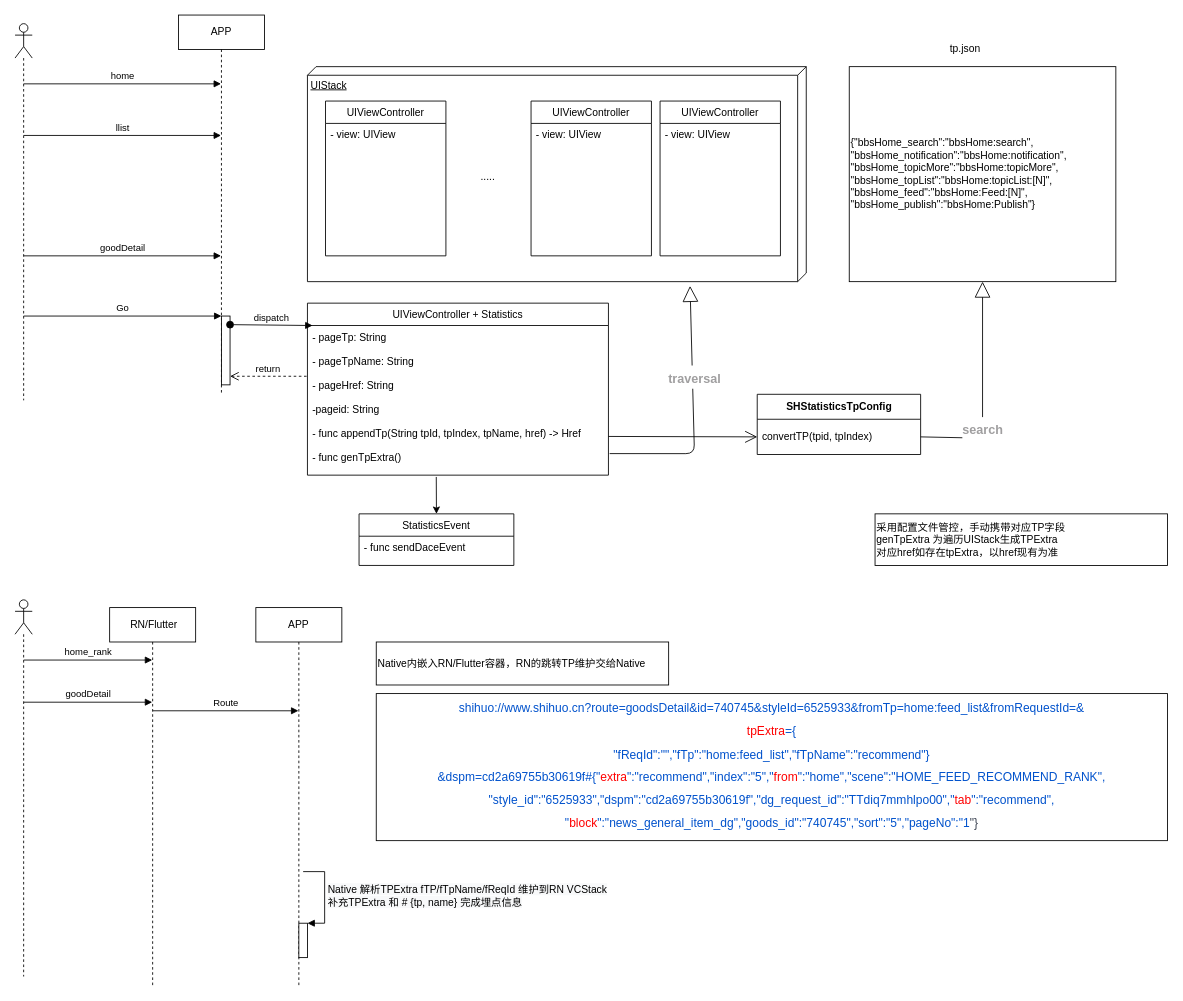
This is iOS埋点设计.drawio from aiquantong/Hero, a draw.io file, before an edit. Source tidied: cells renumbered, new cells numbered last; positions are measured from the earlier drawing's top-left corner, leaving out a move shared by most shapes. Both pictures are drawn from the tidied source at 86%, with x=0, y=0 at pixel (15, 15).
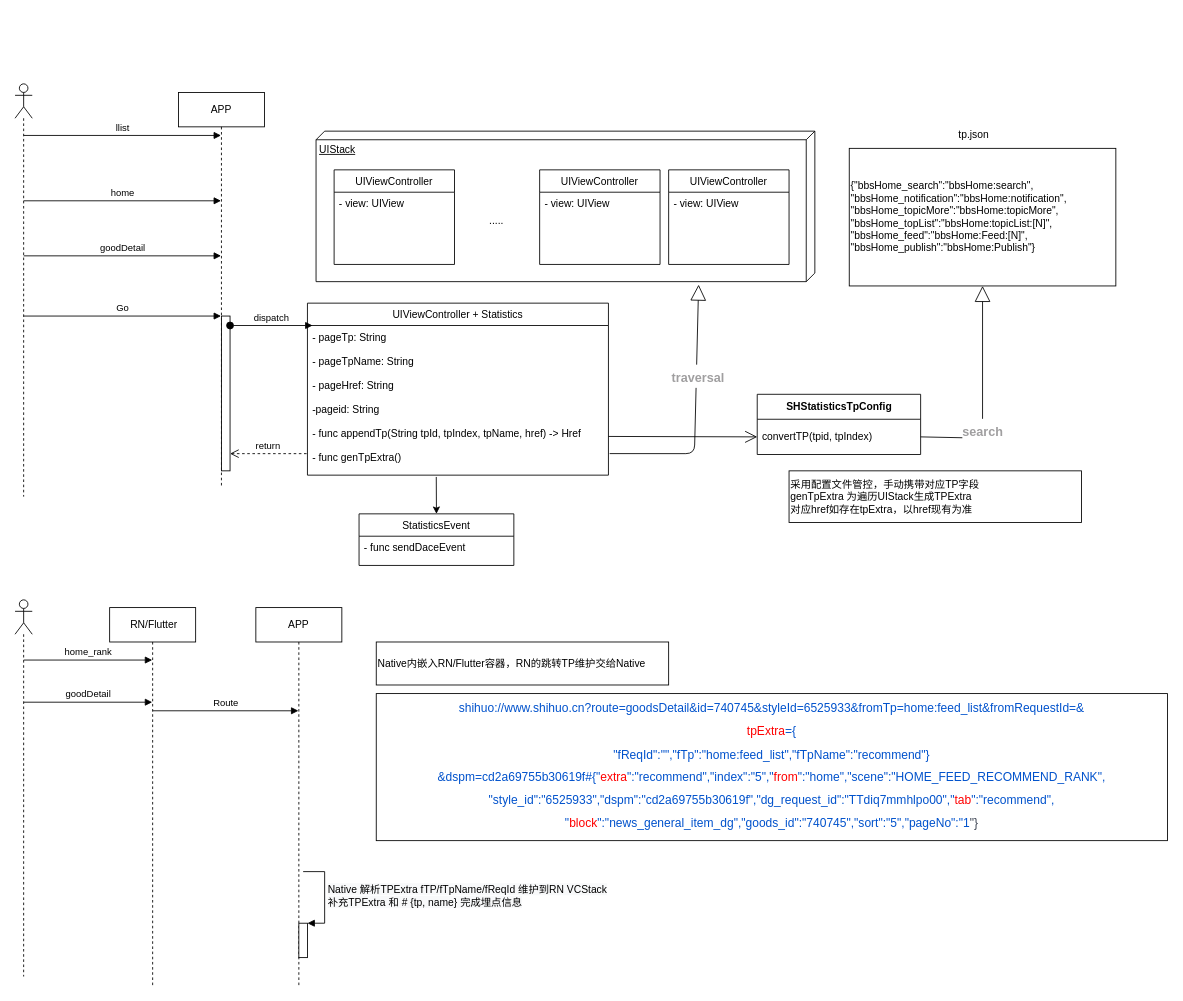
Above is the later version.

The change refers to these unchanged cells:
```xml
<mxCell id="6" value="- pageTp: String&#10;&#10;- pageTpName: String&#10;&#10;- pageHref: String&#10;&#10;-pageid: String&#10;&#10;- func appendTp(String tpId, tpIndex, tpName, href) -&gt; Href&#10;&#10;- func genTpExtra()&#10;" style="text;strokeColor=none;fillColor=none;align=left;verticalAlign=top;spacingLeft=4;spacingRight=4;overflow=hidden;points=[[0,0.5],[1,0.5]];portConstraint=eastwest;" parent="5" vertex="1">
  <mxGeometry y="26" width="350" height="174" as="geometry" />
</mxCell>
```

The edit, as a diff of the source:
```diff
@@
     <mxCell id="2" value="UIStack" style="verticalAlign=top;align=left;spacingTop=8;spacingLeft=2;spacingRight=12;shape=cube;size=10;direction=south;fontStyle=4;html=1;" parent="1" vertex="1">
-      <mxGeometry x="340" y="60" width="580" height="250" as="geometry" />
+      <mxGeometry x="350" y="135" width="580" height="175" as="geometry" />
     </mxCell>
     <mxCell id="3" value="UIViewController" style="swimlane;fontStyle=0;horizontal=1;startSize=26;fillColor=none;" parent="1" vertex="1">
-      <mxGeometry x="361" y="100" width="140" height="180" as="geometry" />
+      <mxGeometry x="371" y="180" width="140" height="110" as="geometry" />
     </mxCell>
     <mxCell id="4" value="- view: UIView&#10;&#10;" style="text;strokeColor=none;fillColor=none;align=left;verticalAlign=top;spacingLeft=4;spacingRight=4;overflow=hidden;" parent="3" vertex="1">
-      <mxGeometry y="26" width="140" height="154" as="geometry" />
+      <mxGeometry y="26" width="140" height="84" as="geometry" />
     </mxCell>
@@
     <mxCell id="7" value="UIViewController" style="swimlane;fontStyle=0;horizontal=1;startSize=26;fillColor=none;" parent="1" vertex="1">
-      <mxGeometry x="600" y="100" width="140" height="180" as="geometry" />
+      <mxGeometry x="610" y="180" width="140" height="110" as="geometry" />
     </mxCell>
     <mxCell id="8" value="- view: UIView&#10;&#10;" style="text;strokeColor=none;fillColor=none;align=left;verticalAlign=top;spacingLeft=4;spacingRight=4;overflow=hidden;" parent="7" vertex="1">
-      <mxGeometry y="26" width="140" height="154" as="geometry" />
+      <mxGeometry y="26" width="140" height="84" as="geometry" />
     </mxCell>
     <mxCell id="9" value="UIViewController" style="swimlane;fontStyle=0;horizontal=1;startSize=26;fillColor=none;" parent="1" vertex="1">
-      <mxGeometry x="750" y="100" width="140" height="180" as="geometry" />
+      <mxGeometry x="760" y="180" width="140" height="110" as="geometry" />
     </mxCell>
     <mxCell id="10" value="- view: UIView&#10;&#10;" style="text;strokeColor=none;fillColor=none;align=left;verticalAlign=top;spacingLeft=4;spacingRight=4;overflow=hidden;" parent="9" vertex="1">
-      <mxGeometry y="26" width="140" height="154" as="geometry" />
+      <mxGeometry y="26" width="140" height="84" as="geometry" />
     </mxCell>
     <mxCell id="11" value="....." style="text;html=1;strokeColor=none;fillColor=none;align=center;verticalAlign=middle;whiteSpace=wrap;rounded=0;" parent="1" vertex="1">
-      <mxGeometry x="520" y="178" width="60" height="20" as="geometry" />
+      <mxGeometry x="530" y="230" width="60" height="20" as="geometry" />
     </mxCell>
     <mxCell id="12" style="shape=umlLifeline;participant=umlActor;perimeter=lifelinePerimeter;whiteSpace=wrap;html=1;verticalAlign=top;spacingTop=36;" parent="1" vertex="1">
-      <mxGeometry y="10" width="20" height="438" as="geometry" />
+      <mxGeometry y="80" width="20" height="480" as="geometry" />
     </mxCell>
-    <mxCell id="13" value="home" style="html=1;verticalAlign=bottom;endArrow=block;" parent="12" edge="1" target="14">
+    <mxCell id="13" value="home" style="html=1;verticalAlign=bottom;endArrow=block;" parent="12" edge="1">
       <mxGeometry relative="1" as="geometry">
-        <mxPoint x="10" y="70" as="sourcePoint" />
+        <mxPoint x="10" y="136" as="sourcePoint" />
+        <mxPoint x="239.5" y="136" as="targetPoint" />
       </mxGeometry>
     </mxCell>
     <mxCell id="14" value="APP" style="shape=umlLifeline;perimeter=lifelinePerimeter;whiteSpace=wrap;html=1;outlineConnect=0;" parent="1" vertex="1">
-      <mxGeometry x="190" width="100" height="440" as="geometry" />
+      <mxGeometry x="190" y="90" width="100" height="460" as="geometry" />
     </mxCell>
     <mxCell id="15" style="html=1;points=[];perimeter=orthogonalPerimeter;" parent="14" vertex="1">
-      <mxGeometry x="50" y="350" width="10" height="80" as="geometry" />
+      <mxGeometry x="50" y="260" width="10" height="180" as="geometry" />
     </mxCell>
-    <mxCell id="16" value="dispatch" style="html=1;verticalAlign=bottom;startArrow=oval;startFill=1;endArrow=block;startSize=8;entryX=0.017;entryY=0;entryDx=0;entryDy=0;entryPerimeter=0;" parent="14" edge="1" target="6">
-      <mxGeometry relative="1" as="geometry">
-        <mxPoint x="60" y="360" as="sourcePoint" />
-      </mxGeometry>
-    </mxCell>
@@
-    <mxCell id="20" value="Go" style="html=1;verticalAlign=bottom;endArrow=block;" parent="1" edge="1" target="15">
+    <mxCell id="20" value="Go" style="html=1;verticalAlign=bottom;endArrow=block;" parent="1" edge="1" target="14">
       <mxGeometry relative="1" as="geometry">
         <mxPoint x="10" y="350" as="sourcePoint" />
       </mxGeometry>
     </mxCell>
@@
     <mxCell id="25" value="&lt;span&gt;采用配置文件管控，手动携带对应TP字段&lt;br&gt;&lt;/span&gt;&lt;span&gt;genTpExtra 为遍历UIStack生成TPExtra&lt;br&gt;&lt;/span&gt;&lt;span&gt;对应href如存在tpExtra，以href现有为准&lt;br&gt;&lt;/span&gt;" style="rounded=0;whiteSpace=wrap;html=1;align=left;" parent="1" vertex="1">
-      <mxGeometry x="1000" y="580" width="340" height="60" as="geometry" />
+      <mxGeometry x="900" y="530" width="340" height="60" as="geometry" />
     </mxCell>
@@
     <mxCell id="27" value="{&quot;bbsHome_search&quot;:&quot;bbsHome:search&quot;,&lt;br&gt;&quot;bbsHome_notification&quot;:&quot;bbsHome:notification&quot;,&lt;br&gt;&quot;bbsHome_topicMore&quot;:&quot;bbsHome:topicMore&quot;,&lt;br&gt;&quot;bbsHome_topList&quot;:&quot;bbsHome:topicList:[N]&quot;,&lt;br&gt;&quot;bbsHome_feed&quot;:&quot;bbsHome:Feed:[N]&quot;,&lt;br&gt;&quot;bbsHome_publish&quot;:&quot;bbsHome:Publish&quot;}" style="rounded=0;whiteSpace=wrap;html=1;align=left;" parent="1" vertex="1">
-      <mxGeometry x="970" y="60" width="310" height="250" as="geometry" />
+      <mxGeometry x="970" y="155" width="310" height="160" as="geometry" />
     </mxCell>
@@
     <mxCell id="29" value="tp.json" style="text;html=1;strokeColor=none;fillColor=none;align=center;verticalAlign=middle;whiteSpace=wrap;rounded=0;" parent="1" vertex="1">
-      <mxGeometry x="1080" y="30" width="50" height="20" as="geometry" />
+      <mxGeometry x="1090" y="130" width="50" height="20" as="geometry" />
     </mxCell>
@@
+    <mxCell id="16" value="dispatch" style="html=1;verticalAlign=bottom;startArrow=oval;startFill=1;endArrow=block;startSize=8;entryX=0.017;entryY=0;entryDx=0;entryDy=0;entryPerimeter=0;" parent="1" edge="1" target="6">
+      <mxGeometry relative="1" as="geometry">
+        <mxPoint x="250" y="361" as="sourcePoint" />
+      </mxGeometry>
+    </mxCell>
```
